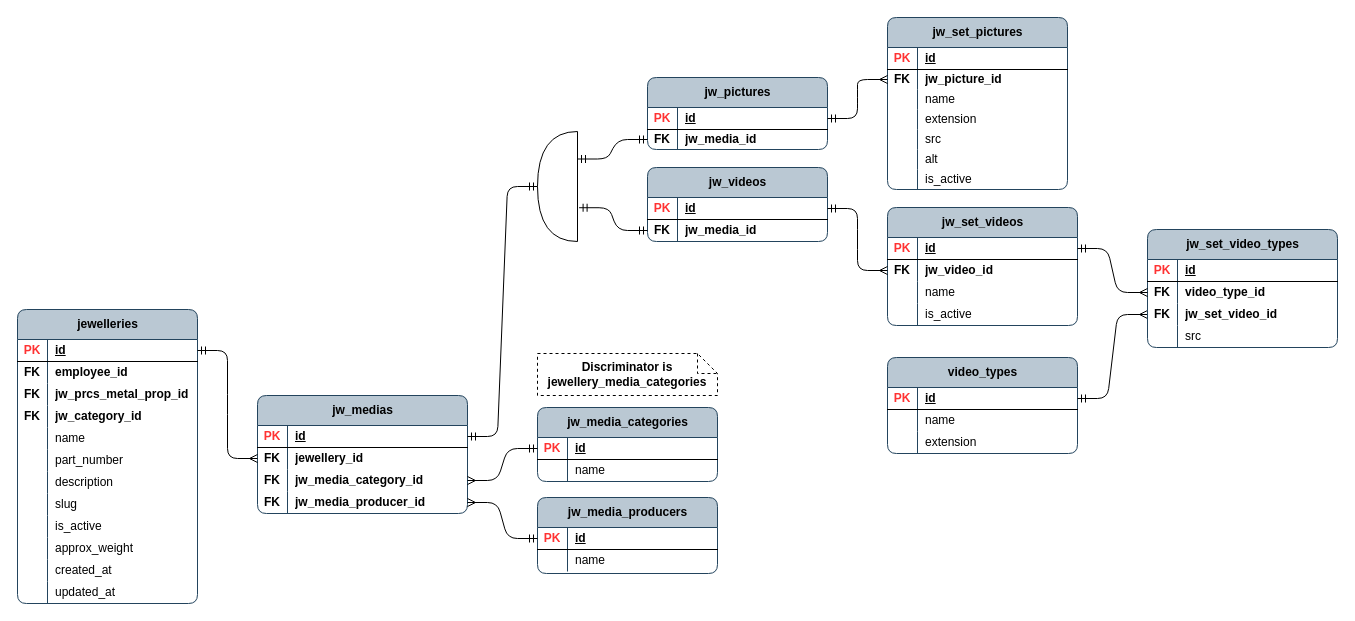
This is page "psql_medias" (7 of 13) of publisher/laravel-app/psql_jewellery_items.drawio from Local-development-environment/msg-brokers-publisher-consumer, a draw.io file, before an edit. Source tidied: cells renumbered, new cells numbered last; positions are measured from the earlier drawing's top-left corner, leaving out a move shared by most shapes. Both pictures are drawn from the tidied source at 100%, with x=0, y=0 at pixel (17, 17).
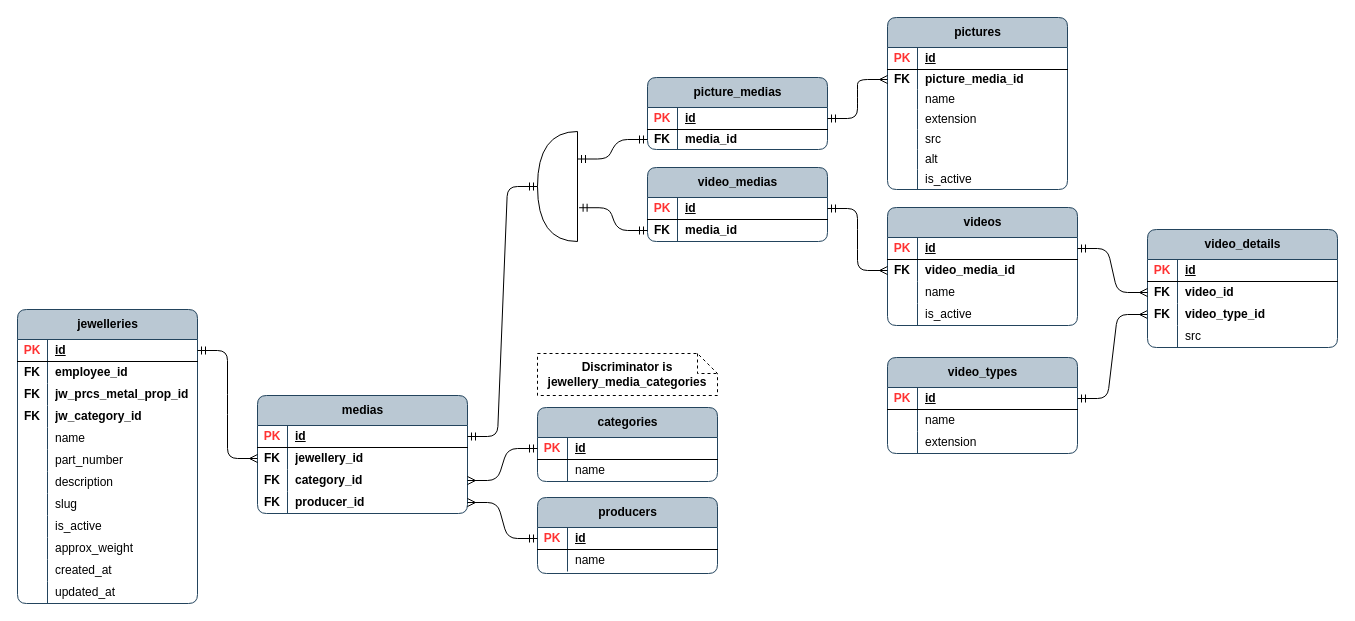
The same diagram, later.

Unchanged cells that the change refers to:
```xml
<mxCell id="6" style="shape=tableRow;horizontal=0;startSize=0;swimlaneHead=0;swimlaneBody=0;fillColor=none;points=[[0,0.5],[1,0.5]];portConstraint=eastwest;top=0;left=0;right=0;bottom=0;rounded=0;" parent="2" vertex="1">
  <mxGeometry y="52" width="180" height="20" as="geometry" />
</mxCell>
<mxCell id="13" style="shape=tableRow;horizontal=0;startSize=0;swimlaneHead=0;swimlaneBody=0;fillColor=none;points=[[0,0.5],[1,0.5]];portConstraint=eastwest;top=0;left=0;right=0;bottom=0;rounded=0;" parent="9" vertex="1">
  <mxGeometry y="52" width="180" height="22" as="geometry" />
</mxCell>
<mxCell id="68" style="shape=tableRow;horizontal=0;startSize=0;swimlaneHead=0;swimlaneBody=0;fillColor=none;points=[[0,0.5],[1,0.5]];portConstraint=eastwest;top=0;left=0;right=0;bottom=0;rounded=0;" parent="61" vertex="1">
  <mxGeometry y="74" width="210" height="22" as="geometry" />
</mxCell>
<mxCell id="71" style="shape=tableRow;horizontal=0;startSize=0;swimlaneHead=0;swimlaneBody=0;fillColor=none;points=[[0,0.5],[1,0.5]];portConstraint=eastwest;top=0;left=0;right=0;bottom=0;rounded=0;" parent="61" vertex="1">
  <mxGeometry y="96" width="210" height="22" as="geometry" />
</mxCell>
<mxCell id="103" style="shape=tableRow;horizontal=0;startSize=0;swimlaneHead=0;swimlaneBody=0;fillColor=none;points=[[0,0.5],[1,0.5]];portConstraint=eastwest;top=0;left=0;right=0;bottom=0;rounded=0;" parent="99" vertex="1">
  <mxGeometry y="52" width="190" height="22" as="geometry" />
</mxCell>
<mxCell id="117" style="shape=tableRow;horizontal=0;startSize=0;swimlaneHead=0;swimlaneBody=0;fillColor=none;points=[[0,0.5],[1,0.5]];portConstraint=eastwest;top=0;left=0;right=0;bottom=0;rounded=0;" parent="113" vertex="1">
  <mxGeometry y="52" width="180" height="20" as="geometry" />
</mxCell>
<mxCell id="140" style="shape=tableRow;horizontal=0;startSize=0;swimlaneHead=0;swimlaneBody=0;fillColor=none;points=[[0,0.5],[1,0.5]];portConstraint=eastwest;top=0;left=0;right=0;bottom=0;rounded=0;" parent="136" vertex="1">
  <mxGeometry y="52" width="190" height="22" as="geometry" />
</mxCell>
<mxCell id="143" style="shape=tableRow;horizontal=0;startSize=0;swimlaneHead=0;swimlaneBody=0;fillColor=none;points=[[0,0.5],[1,0.5]];portConstraint=eastwest;top=0;left=0;right=0;bottom=0;rounded=0;" parent="136" vertex="1">
  <mxGeometry y="74" width="190" height="22" as="geometry" />
</mxCell>
```

The edit, as a diff of the source:
```diff
@@
-    <mxCell id="2" value="jw_pictures" style="shape=table;startSize=30;childLayout=tableLayout;rowLines=0;fontStyle=1;align=center;html=1;rounded=1;swimlaneFillColor=none;fillColor=#bac8d3;strokeColor=#23445d;columnLines=1;arcSize=10;" parent="1" vertex="1">
+    <mxCell id="2" value="picture_medias" style="shape=table;startSize=30;childLayout=tableLayout;rowLines=0;fontStyle=1;align=center;html=1;rounded=1;swimlaneFillColor=none;fillColor=#bac8d3;strokeColor=#23445d;columnLines=1;arcSize=10;" parent="1" vertex="1">
       <mxGeometry x="630" y="60" width="180" height="72" as="geometry" />
     </mxCell>
@@
-    <mxCell id="8" value="&lt;b&gt;jw_media_id&lt;/b&gt;" style="shape=partialRectangle;fillColor=none;top=0;left=0;bottom=0;right=0;align=left;spacingLeft=6;overflow=hidden;whiteSpace=wrap;html=1;" parent="6" vertex="1">
+    <mxCell id="8" value="&lt;b&gt;media_id&lt;/b&gt;" style="shape=partialRectangle;fillColor=none;top=0;left=0;bottom=0;right=0;align=left;spacingLeft=6;overflow=hidden;whiteSpace=wrap;html=1;" parent="6" vertex="1">
       <mxGeometry x="30" width="150" height="20" as="geometry" />
     </mxCell>
-    <mxCell id="9" value="jw_videos" style="shape=table;startSize=30;childLayout=tableLayout;rowLines=0;fontStyle=1;align=center;html=1;rounded=1;swimlaneFillColor=none;fillColor=#bac8d3;strokeColor=#23445d;columnLines=1;arcSize=10;" parent="1" vertex="1">
+    <mxCell id="9" value="video_medias" style="shape=table;startSize=30;childLayout=tableLayout;rowLines=0;fontStyle=1;align=center;html=1;rounded=1;swimlaneFillColor=none;fillColor=#bac8d3;strokeColor=#23445d;columnLines=1;arcSize=10;" parent="1" vertex="1">
       <mxGeometry x="630" y="150" width="180" height="74" as="geometry" />
     </mxCell>
@@
-    <mxCell id="15" value="&lt;b&gt;jw_media_id&lt;/b&gt;" style="shape=partialRectangle;fillColor=none;top=0;left=0;bottom=0;right=0;align=left;spacingLeft=6;overflow=hidden;whiteSpace=wrap;html=1;" parent="13" vertex="1">
+    <mxCell id="15" value="&lt;b&gt;media_id&lt;/b&gt;" style="shape=partialRectangle;fillColor=none;top=0;left=0;bottom=0;right=0;align=left;spacingLeft=6;overflow=hidden;whiteSpace=wrap;html=1;" parent="13" vertex="1">
       <mxGeometry x="30" width="150" height="22" as="geometry" />
     </mxCell>
@@
-    <mxCell id="54" value="&lt;pre style=&quot;font-family: &amp;quot;JetBrains Mono&amp;quot;, monospace; font-size: 9.8pt;&quot;&gt;&lt;span style=&quot;font-family: Helvetica; font-size: 12px; white-space-collapse: collapse;&quot;&gt;jw_media_categories&lt;/span&gt;&lt;/pre&gt;" style="shape=table;startSize=30;childLayout=tableLayout;rowLines=0;fontStyle=1;align=center;html=1;rounded=1;swimlaneFillColor=none;fillColor=#bac8d3;strokeColor=#23445d;columnLines=1;arcSize=10;" parent="1" vertex="1">
+    <mxCell id="54" value="&lt;pre style=&quot;font-family: &amp;quot;JetBrains Mono&amp;quot;, monospace; font-size: 9.8pt;&quot;&gt;&lt;span style=&quot;font-family: Helvetica; font-size: 12px; white-space-collapse: collapse;&quot;&gt;categories&lt;/span&gt;&lt;/pre&gt;" style="shape=table;startSize=30;childLayout=tableLayout;rowLines=0;fontStyle=1;align=center;html=1;rounded=1;swimlaneFillColor=none;fillColor=#bac8d3;strokeColor=#23445d;columnLines=1;arcSize=10;" parent="1" vertex="1">
       <mxGeometry x="520" y="390" width="180" height="74" as="geometry" />
     </mxCell>
@@
-    <mxCell id="61" value="jw_medias" style="shape=table;startSize=30;childLayout=tableLayout;rowLines=0;fontStyle=1;align=center;html=1;rounded=1;swimlaneFillColor=none;fillColor=#bac8d3;strokeColor=#23445d;columnLines=1;arcSize=10;" parent="1" vertex="1">
+    <mxCell id="61" value="medias" style="shape=table;startSize=30;childLayout=tableLayout;rowLines=0;fontStyle=1;align=center;html=1;rounded=1;swimlaneFillColor=none;fillColor=#bac8d3;strokeColor=#23445d;columnLines=1;arcSize=10;" parent="1" vertex="1">
       <mxGeometry x="240" y="378" width="210" height="118" as="geometry" />
     </mxCell>
@@
-    <mxCell id="70" value="&lt;b&gt;jw_media_category_id&lt;/b&gt;" style="shape=partialRectangle;fillColor=none;top=0;left=0;bottom=0;right=0;align=left;spacingLeft=6;overflow=hidden;whiteSpace=wrap;html=1;" parent="68" vertex="1">
+    <mxCell id="70" value="&lt;b&gt;category_id&lt;/b&gt;" style="shape=partialRectangle;fillColor=none;top=0;left=0;bottom=0;right=0;align=left;spacingLeft=6;overflow=hidden;whiteSpace=wrap;html=1;" parent="68" vertex="1">
       <mxGeometry x="30" width="180" height="22" as="geometry" />
     </mxCell>
@@
-    <mxCell id="73" value="jw_media_producer_id" style="shape=partialRectangle;fillColor=none;top=0;left=0;bottom=0;right=0;align=left;spacingLeft=6;overflow=hidden;whiteSpace=wrap;html=1;fontStyle=1;" parent="71" vertex="1">
+    <mxCell id="73" value="producer_id" style="shape=partialRectangle;fillColor=none;top=0;left=0;bottom=0;right=0;align=left;spacingLeft=6;overflow=hidden;whiteSpace=wrap;html=1;fontStyle=1;" parent="71" vertex="1">
       <mxGeometry x="30" width="180" height="22" as="geometry" />
     </mxCell>
@@
-    <mxCell id="79" value="jw_media_producers" style="shape=table;startSize=30;childLayout=tableLayout;rowLines=0;fontStyle=1;align=center;html=1;rounded=1;swimlaneFillColor=none;fillColor=#bac8d3;strokeColor=#23445d;columnLines=1;arcSize=10;" parent="1" vertex="1">
+    <mxCell id="79" value="producers" style="shape=table;startSize=30;childLayout=tableLayout;rowLines=0;fontStyle=1;align=center;html=1;rounded=1;swimlaneFillColor=none;fillColor=#bac8d3;strokeColor=#23445d;columnLines=1;arcSize=10;" parent="1" vertex="1">
       <mxGeometry x="520" y="480" width="180" height="76" as="geometry" />
     </mxCell>
@@
-    <mxCell id="99" value="jw_set_videos" style="shape=table;startSize=30;childLayout=tableLayout;rowLines=0;fontStyle=1;align=center;html=1;rounded=1;swimlaneFillColor=none;fillColor=#bac8d3;strokeColor=#23445d;columnLines=1;arcSize=10;" parent="1" vertex="1">
+    <mxCell id="99" value="videos" style="shape=table;startSize=30;childLayout=tableLayout;rowLines=0;fontStyle=1;align=center;html=1;rounded=1;swimlaneFillColor=none;fillColor=#bac8d3;strokeColor=#23445d;columnLines=1;arcSize=10;" parent="1" vertex="1">
       <mxGeometry x="870" y="190" width="190" height="118" as="geometry" />
     </mxCell>
@@
-    <mxCell id="105" value="&lt;b&gt;jw_video_id&lt;/b&gt;" style="shape=partialRectangle;fillColor=none;top=0;left=0;bottom=0;right=0;align=left;spacingLeft=6;overflow=hidden;whiteSpace=wrap;html=1;" parent="103" vertex="1">
+    <mxCell id="105" value="&lt;b&gt;video_media_id&lt;/b&gt;" style="shape=partialRectangle;fillColor=none;top=0;left=0;bottom=0;right=0;align=left;spacingLeft=6;overflow=hidden;whiteSpace=wrap;html=1;" parent="103" vertex="1">
       <mxGeometry x="30" width="160" height="22" as="geometry" />
     </mxCell>
@@
-    <mxCell id="113" value="jw_set_pictures" style="shape=table;startSize=30;childLayout=tableLayout;rowLines=0;fontStyle=1;align=center;html=1;rounded=1;swimlaneFillColor=none;fillColor=#bac8d3;strokeColor=#23445d;columnLines=1;arcSize=10;" parent="1" vertex="1">
+    <mxCell id="113" value="pictures" style="shape=table;startSize=30;childLayout=tableLayout;rowLines=0;fontStyle=1;align=center;html=1;rounded=1;swimlaneFillColor=none;fillColor=#bac8d3;strokeColor=#23445d;columnLines=1;arcSize=10;" parent="1" vertex="1">
       <mxGeometry x="870" width="180" height="172" as="geometry" />
     </mxCell>
@@
-    <mxCell id="119" value="&lt;b&gt;jw_picture_id&lt;/b&gt;" style="shape=partialRectangle;fillColor=none;top=0;left=0;bottom=0;right=0;align=left;spacingLeft=6;overflow=hidden;whiteSpace=wrap;html=1;" parent="117" vertex="1">
+    <mxCell id="119" value="&lt;b&gt;picture_media_id&lt;/b&gt;" style="shape=partialRectangle;fillColor=none;top=0;left=0;bottom=0;right=0;align=left;spacingLeft=6;overflow=hidden;whiteSpace=wrap;html=1;" parent="117" vertex="1">
       <mxGeometry x="30" width="150" height="20" as="geometry" />
     </mxCell>
@@
-    <mxCell id="136" value="jw_set_video_types" style="shape=table;startSize=30;childLayout=tableLayout;rowLines=0;fontStyle=1;align=center;html=1;rounded=1;swimlaneFillColor=none;fillColor=#bac8d3;strokeColor=#23445d;columnLines=1;arcSize=10;" parent="1" vertex="1">
+    <mxCell id="136" value="video_details" style="shape=table;startSize=30;childLayout=tableLayout;rowLines=0;fontStyle=1;align=center;html=1;rounded=1;swimlaneFillColor=none;fillColor=#bac8d3;strokeColor=#23445d;columnLines=1;arcSize=10;" parent="1" vertex="1">
       <mxGeometry x="1130" y="212" width="190" height="118" as="geometry" />
     </mxCell>
@@
-    <mxCell id="142" value="&lt;b&gt;video_type_id&lt;/b&gt;" style="shape=partialRectangle;fillColor=none;top=0;left=0;bottom=0;right=0;align=left;spacingLeft=6;overflow=hidden;whiteSpace=wrap;html=1;" parent="140" vertex="1">
+    <mxCell id="142" value="&lt;b&gt;video_id&lt;/b&gt;" style="shape=partialRectangle;fillColor=none;top=0;left=0;bottom=0;right=0;align=left;spacingLeft=6;overflow=hidden;whiteSpace=wrap;html=1;" parent="140" vertex="1">
       <mxGeometry x="30" width="160" height="22" as="geometry" />
     </mxCell>
@@
-    <mxCell id="145" value="&lt;b&gt;jw_set_video_id&lt;/b&gt;" style="shape=partialRectangle;fillColor=none;top=0;left=0;bottom=0;right=0;align=left;spacingLeft=6;overflow=hidden;whiteSpace=wrap;html=1;" parent="143" vertex="1">
+    <mxCell id="145" value="&lt;b&gt;video_type_id&lt;/b&gt;" style="shape=partialRectangle;fillColor=none;top=0;left=0;bottom=0;right=0;align=left;spacingLeft=6;overflow=hidden;whiteSpace=wrap;html=1;" parent="143" vertex="1">
       <mxGeometry x="30" width="160" height="22" as="geometry" />
     </mxCell>
```
